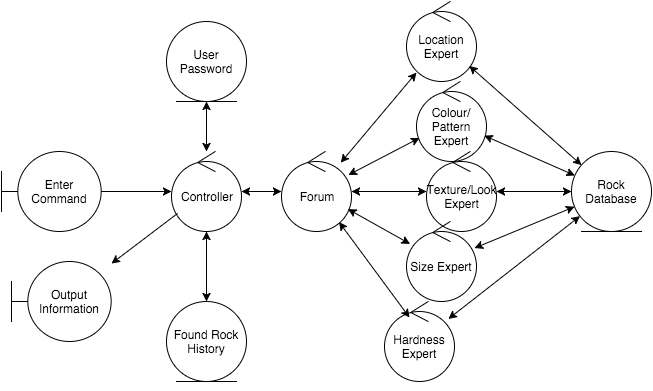
This is doc/resources/AnalysisClassDiagram.png from EricLeFort/3AO4, a draw.io export, as it was before one commit. Source tidied: cells renumbered, new cells last; positions are measured from the earlier drawing's top-left corner, leaving out a move shared by most shapes.
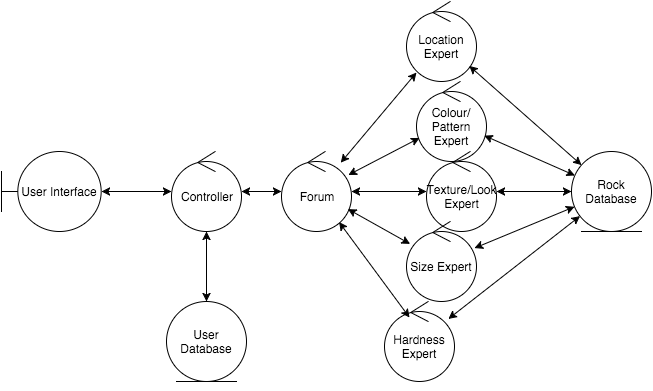
Above is the later version.

Change to the diagram source:
```diff
@@ -2,9 +2,6 @@
   <root>
     <mxCell id="0" />
     <mxCell id="1" parent="0" />
-    <mxCell id="2" value="User Password" style="ellipse;shape=umlEntity;whiteSpace=wrap;html=1;" parent="1" vertex="1">
-      <mxGeometry x="165" y="20" width="80" height="80" as="geometry" />
-    </mxCell>
     <mxCell id="3" value="Controller" style="ellipse;shape=umlControl;whiteSpace=wrap;html=1;" parent="1" vertex="1">
       <mxGeometry x="170" y="150" width="70" height="80" as="geometry" />
     </mxCell>
@@ -14,13 +11,10 @@
     <mxCell id="5" value="Location Expert" style="ellipse;shape=umlControl;whiteSpace=wrap;html=1;" parent="1" vertex="1">
       <mxGeometry x="405" width="70" height="80" as="geometry" />
     </mxCell>
-    <mxCell id="6" value="Output Information" style="shape=umlBoundary;whiteSpace=wrap;html=1;" parent="1" vertex="1">
-      <mxGeometry x="10" y="260" width="100" height="80" as="geometry" />
-    </mxCell>
-    <mxCell id="7" value="Enter Command" style="shape=umlBoundary;whiteSpace=wrap;html=1;" parent="1" vertex="1">
+    <mxCell id="7" value="User Interface" style="shape=umlBoundary;whiteSpace=wrap;html=1;" parent="1" vertex="1">
       <mxGeometry y="150" width="100" height="80" as="geometry" />
     </mxCell>
-    <mxCell id="8" value="Found Rock History" style="ellipse;shape=umlEntity;whiteSpace=wrap;html=1;" parent="1" vertex="1">
+    <mxCell id="8" value="User Database" style="ellipse;shape=umlEntity;whiteSpace=wrap;html=1;" parent="1" vertex="1">
       <mxGeometry x="165" y="300" width="80" height="80" as="geometry" />
     </mxCell>
     <mxCell id="9" value="Colour/&lt;div&gt;Pattern Expert&lt;/div&gt;" style="ellipse;shape=umlControl;whiteSpace=wrap;html=1;" parent="1" vertex="1">
@@ -35,13 +29,7 @@
     <mxCell id="12" value="Hardness Expert" style="ellipse;shape=umlControl;whiteSpace=wrap;html=1;" parent="1" vertex="1">
       <mxGeometry x="383" y="300" width="70" height="80" as="geometry" />
     </mxCell>
-    <mxCell id="13" style="endArrow=classic;html=1;strokeColor=#000000;" parent="1" edge="1" source="3" target="6">
-      <mxGeometry relative="1" as="geometry" />
-    </mxCell>
-    <mxCell id="14" style="endArrow=classic;startArrow=classic;html=1;strokeColor=#000000;" parent="1" edge="1" source="3" target="2">
-      <mxGeometry relative="1" as="geometry" />
-    </mxCell>
-    <mxCell id="15" style="endArrow=classic;html=1;strokeColor=#000000;" parent="1" edge="1" source="7" target="3">
+    <mxCell id="15" style="endArrow=classic;html=1;strokeColor=#000000;startArrow=classic;startFill=1;" parent="1" edge="1" source="7" target="3">
       <mxGeometry x="178.3" y="130" as="geometry" />
     </mxCell>
     <mxCell id="16" style="endArrow=classic;startArrow=classic;html=1;strokeColor=#000000;" parent="1" edge="1" source="3" target="8">
```
